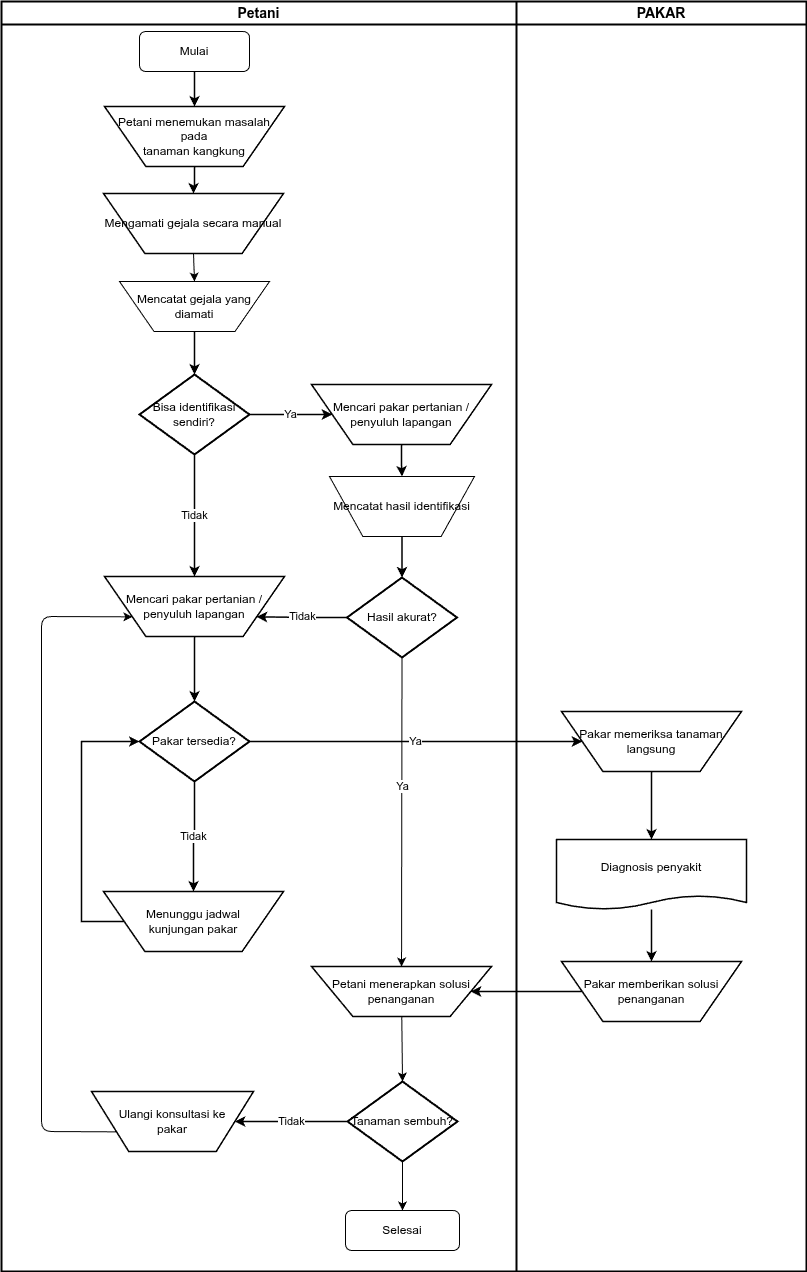
The draw.io diagram diagram/flowchart/05-flowchart-sistem-lama.png in RajaSunrise/kangkungku, before a commit. Source tidied: cells renumbered, new cells last; positions are measured from the earlier drawing's top-left corner, leaving out a move shared by most shapes. Its diagram source:
```xml
<mxGraphModel>
  <root>
    <mxCell id="0" />
    <mxCell id="1" parent="0" />
    <mxCell id="2" value="Petani" style="swimlane;whiteSpace=wrap;html=1;fillColor=none;strokeColor=#000000;strokeWidth=2;fontStyle=1;fontSize=14;fontColor=#000000;align=center;" parent="1" vertex="1">
      <mxGeometry width="515" height="1270" as="geometry" />
    </mxCell>
    <mxCell id="3" value="Petani menemukan masalah pada&#10;tanaman kangkung" style="verticalLabelPosition=middle;verticalAlign=middle;html=1;shape=trapezoid;perimeter=trapezoidPerimeter;whiteSpace=wrap;size=0.23;arcSize=10;flipV=1;labelPosition=center;align=center;fillColor=#FFFFFF;strokeColor=#000000;strokeWidth=1.5;fontColor=#000000;fontSize=12;" parent="2" vertex="1">
      <mxGeometry x="103" y="105" width="180" height="60" as="geometry" />
    </mxCell>
    <mxCell id="4" style="edgeStyle=none;html=1;exitX=0.5;exitY=1;exitDx=0;exitDy=0;entryX=0.5;entryY=0;entryDx=0;entryDy=0;" parent="2" edge="1" source="5" target="13">
      <mxGeometry relative="1" as="geometry" />
    </mxCell>
    <mxCell id="5" value="Mengamati gejala secara manual" style="verticalLabelPosition=middle;verticalAlign=middle;html=1;shape=trapezoid;perimeter=trapezoidPerimeter;whiteSpace=wrap;size=0.23;arcSize=10;flipV=1;labelPosition=center;align=center;fillColor=#FFFFFF;strokeColor=#000000;strokeWidth=1.5;fontColor=#000000;fontSize=12;" parent="2" vertex="1">
      <mxGeometry x="102" y="192" width="180" height="60" as="geometry" />
    </mxCell>
    <mxCell id="6" value="Bisa identifikasi sendiri?" style="strokeWidth=2;html=1;shape=mxgraph.flowchart.decision;whiteSpace=wrap;fillColor=#FFFFFF;strokeColor=#000000;fontColor=#000000;fontSize=12;" parent="2" vertex="1">
      <mxGeometry x="138" y="373" width="110" height="80" as="geometry" />
    </mxCell>
    <mxCell id="7" value="Mencari pakar pertanian /&#10;penyuluh lapangan" style="verticalLabelPosition=middle;verticalAlign=middle;html=1;shape=trapezoid;perimeter=trapezoidPerimeter;whiteSpace=wrap;size=0.23;arcSize=10;flipV=1;labelPosition=center;align=center;fillColor=#FFFFFF;strokeColor=#000000;strokeWidth=1.5;fontColor=#000000;fontSize=12;" parent="2" vertex="1">
      <mxGeometry x="103" y="575" width="180" height="60" as="geometry" />
    </mxCell>
    <mxCell id="8" value="Pakar tersedia?" style="strokeWidth=2;html=1;shape=mxgraph.flowchart.decision;whiteSpace=wrap;fillColor=#FFFFFF;strokeColor=#000000;fontColor=#000000;fontSize=12;" parent="2" vertex="1">
      <mxGeometry x="138" y="700" width="110" height="80" as="geometry" />
    </mxCell>
    <mxCell id="9" style="edgeStyle=none;html=1;entryX=0.5;entryY=0;entryDx=0;entryDy=0;entryPerimeter=0;" parent="2" edge="1" source="10" target="12">
      <mxGeometry relative="1" as="geometry" />
    </mxCell>
    <mxCell id="10" value="Petani menerapkan solusi&#10;penanganan" style="verticalLabelPosition=middle;verticalAlign=middle;html=1;shape=trapezoid;perimeter=trapezoidPerimeter;whiteSpace=wrap;size=0.23;arcSize=10;flipV=1;labelPosition=center;align=center;fillColor=#FFFFFF;strokeColor=#000000;strokeWidth=1.5;fontColor=#000000;fontSize=12;" parent="2" vertex="1">
      <mxGeometry x="310" y="965" width="180" height="50" as="geometry" />
    </mxCell>
    <mxCell id="11" style="edgeStyle=none;html=1;exitX=0.5;exitY=1;exitDx=0;exitDy=0;exitPerimeter=0;entryX=0.5;entryY=0;entryDx=0;entryDy=0;" parent="2" edge="1" source="12" target="30">
      <mxGeometry relative="1" as="geometry" />
    </mxCell>
    <mxCell id="12" value="Tanaman sembuh?" style="strokeWidth=2;html=1;shape=mxgraph.flowchart.decision;whiteSpace=wrap;fillColor=#FFFFFF;strokeColor=#000000;fontColor=#000000;fontSize=12;" parent="2" vertex="1">
      <mxGeometry x="346" y="1080" width="110" height="80" as="geometry" />
    </mxCell>
    <mxCell id="13" value="Mencatat gejala yang diamati" style="verticalLabelPosition=middle;verticalAlign=middle;html=1;shape=trapezoid;perimeter=trapezoidPerimeter;whiteSpace=wrap;size=0.23;arcSize=10;flipV=1;labelPosition=center;align=center;" parent="2" vertex="1">
      <mxGeometry x="118" y="280" width="150" height="50" as="geometry" />
    </mxCell>
    <mxCell id="14" value="Mulai" style="rounded=1;whiteSpace=wrap;html=1;" parent="2" vertex="1">
      <mxGeometry x="138" y="30" width="110" height="40" as="geometry" />
    </mxCell>
    <mxCell id="15" style="edgeStyle=orthogonalEdgeStyle;rounded=0;jettySize=auto;html=1;strokeColor=#000000;strokeWidth=1.5;fontColor=#000000;fontSize=11;labelBackgroundColor=#FFFFFF;" parent="2" edge="1" source="14" target="3">
      <mxGeometry relative="1" as="geometry" />
    </mxCell>
    <mxCell id="16" style="edgeStyle=orthogonalEdgeStyle;rounded=0;jettySize=auto;html=1;strokeColor=#000000;strokeWidth=1.5;fontColor=#000000;fontSize=11;labelBackgroundColor=#FFFFFF;exitX=0.5;exitY=1;exitDx=0;exitDy=0;" parent="2" edge="1" source="13" target="6">
      <mxGeometry relative="1" as="geometry" />
    </mxCell>
    <mxCell id="17" value="Mencari pakar pertanian /&#10;penyuluh lapangan" style="verticalLabelPosition=middle;verticalAlign=middle;html=1;shape=trapezoid;perimeter=trapezoidPerimeter;whiteSpace=wrap;size=0.23;arcSize=10;flipV=1;labelPosition=center;align=center;fillColor=#FFFFFF;strokeColor=#000000;strokeWidth=1.5;fontColor=#000000;fontSize=12;" parent="2" vertex="1">
      <mxGeometry x="310" y="383" width="180" height="60" as="geometry" />
    </mxCell>
    <mxCell id="18" value="Ya" style="edgeStyle=orthogonalEdgeStyle;rounded=0;jettySize=auto;html=1;strokeColor=#000000;strokeWidth=1.5;fontColor=#000000;fontSize=11;labelBackgroundColor=#FFFFFF;exitX=1;exitY=0.5;exitDx=0;exitDy=0;entryX=0;entryY=0.5;entryDx=0;entryDy=0;" parent="2" edge="1" source="6" target="17">
      <mxGeometry relative="1" as="geometry" />
    </mxCell>
    <mxCell id="19" style="edgeStyle=orthogonalEdgeStyle;rounded=0;jettySize=auto;html=1;strokeColor=#000000;strokeWidth=1.5;fontColor=#000000;fontSize=11;labelBackgroundColor=#FFFFFF;entryX=0.5;entryY=0;entryDx=0;entryDy=0;" parent="2" edge="1" source="17" target="20">
      <mxGeometry relative="1" as="geometry" />
    </mxCell>
    <mxCell id="20" value="Mencatat hasil identifikasi" style="verticalLabelPosition=middle;verticalAlign=middle;html=1;shape=trapezoid;perimeter=trapezoidPerimeter;whiteSpace=wrap;size=0.23;arcSize=10;flipV=1;labelPosition=center;align=center;" parent="2" vertex="1">
      <mxGeometry x="328" y="475" width="145" height="60" as="geometry" />
    </mxCell>
    <mxCell id="21" style="edgeStyle=none;html=1;exitX=0.5;exitY=1;exitDx=0;exitDy=0;exitPerimeter=0;" parent="2" edge="1" source="23" target="10">
      <mxGeometry relative="1" as="geometry" />
    </mxCell>
    <mxCell id="22" value="Ya" style="edgeLabel;html=1;align=center;verticalAlign=middle;" parent="21" vertex="1">
      <mxGeometry x="-0.17" relative="1" as="geometry" />
    </mxCell>
    <mxCell id="23" value="Hasil akurat?" style="strokeWidth=2;html=1;shape=mxgraph.flowchart.decision;whiteSpace=wrap;fillColor=#FFFFFF;strokeColor=#000000;fontColor=#000000;fontSize=12;" parent="2" vertex="1">
      <mxGeometry x="345.5" y="576" width="110" height="80" as="geometry" />
    </mxCell>
    <mxCell id="24" value="Tidak" style="edgeStyle=orthogonalEdgeStyle;rounded=0;jettySize=auto;html=1;strokeColor=#000000;strokeWidth=1.5;fontColor=#000000;fontSize=11;labelBackgroundColor=#FFFFFF;exitX=0;exitY=0.5;exitDx=0;exitDy=0;entryX=1;entryY=0.75;entryDx=0;entryDy=0;" parent="2" edge="1" source="23" target="7">
      <mxGeometry relative="1" as="geometry" />
    </mxCell>
    <mxCell id="25" style="edgeStyle=orthogonalEdgeStyle;rounded=0;jettySize=auto;html=1;strokeColor=#000000;strokeWidth=1.5;fontColor=#000000;fontSize=11;labelBackgroundColor=#FFFFFF;exitX=0.5;exitY=1;exitDx=0;exitDy=0;" parent="2" edge="1" source="20" target="23">
      <mxGeometry relative="1" as="geometry" />
    </mxCell>
    <mxCell id="26" value="Ulangi konsultasi ke&#10;pakar" style="verticalLabelPosition=middle;verticalAlign=middle;html=1;shape=trapezoid;perimeter=trapezoidPerimeter;whiteSpace=wrap;size=0.23;arcSize=10;flipV=1;labelPosition=center;align=center;fillColor=#FFFFFF;strokeColor=#000000;strokeWidth=1.5;fontColor=#000000;fontSize=12;" parent="2" vertex="1">
      <mxGeometry x="90" y="1090" width="162" height="60" as="geometry" />
    </mxCell>
    <mxCell id="27" value="Tidak" style="edgeStyle=orthogonalEdgeStyle;rounded=0;jettySize=auto;html=1;strokeColor=#000000;strokeWidth=1.5;fontColor=#000000;fontSize=11;labelBackgroundColor=#FFFFFF;exitX=0;exitY=0.5;exitDx=0;exitDy=0;entryX=1;entryY=0.5;entryDx=0;entryDy=0;" parent="2" edge="1" source="12" target="26">
      <mxGeometry relative="1" as="geometry" />
    </mxCell>
    <mxCell id="28" value="Menunggu jadwal&#10;kunjungan pakar" style="verticalLabelPosition=middle;verticalAlign=middle;html=1;shape=trapezoid;perimeter=trapezoidPerimeter;whiteSpace=wrap;size=0.23;arcSize=10;flipV=1;labelPosition=center;align=center;fillColor=#FFFFFF;strokeColor=#000000;strokeWidth=1.5;fontColor=#000000;fontSize=12;" parent="2" vertex="1">
      <mxGeometry x="102" y="890" width="180" height="60" as="geometry" />
    </mxCell>
    <mxCell id="29" style="endArrow=classic;html=1;exitX=0;exitY=0.75;exitDx=0;exitDy=0;entryX=0;entryY=0.75;entryDx=0;entryDy=0;" parent="2" edge="1" source="26" target="7">
      <mxGeometry relative="1" as="geometry">
        <Array as="points">
          <mxPoint x="40" y="1130" />
          <mxPoint x="40" y="615" />
        </Array>
      </mxGeometry>
    </mxCell>
    <mxCell id="30" value="Selesai" style="rounded=1;whiteSpace=wrap;html=1;" parent="2" vertex="1">
      <mxGeometry x="344" y="1209" width="114" height="40" as="geometry" />
    </mxCell>
    <mxCell id="31" value="PAKAR" style="swimlane;whiteSpace=wrap;html=1;fillColor=none;strokeColor=#000000;strokeWidth=2;fontStyle=1;fontSize=14;fontColor=#000000;align=center;" parent="1" vertex="1">
      <mxGeometry x="515" width="290" height="1270" as="geometry" />
    </mxCell>
    <mxCell id="32" value="Pakar memeriksa tanaman&#10;langsung" style="verticalLabelPosition=middle;verticalAlign=middle;html=1;shape=trapezoid;perimeter=trapezoidPerimeter;whiteSpace=wrap;size=0.23;arcSize=10;flipV=1;labelPosition=center;align=center;fillColor=#FFFFFF;strokeColor=#000000;strokeWidth=1.5;fontColor=#000000;fontSize=12;" parent="31" vertex="1">
      <mxGeometry x="45" y="710" width="180" height="60" as="geometry" />
    </mxCell>
    <mxCell id="33" value="Diagnosis penyakit" style="shape=document;whiteSpace=wrap;html=1;boundedLbl=1;backgroundOutline=1;fillColor=#FFFFFF;strokeColor=#000000;strokeWidth=1.5;fontColor=#000000;fontSize=12;size=0.2;" parent="31" vertex="1">
      <mxGeometry x="40" y="838" width="190" height="70" as="geometry" />
    </mxCell>
    <mxCell id="34" value="Pakar memberikan solusi&#10;penanganan" style="verticalLabelPosition=middle;verticalAlign=middle;html=1;shape=trapezoid;perimeter=trapezoidPerimeter;whiteSpace=wrap;size=0.23;arcSize=10;flipV=1;labelPosition=center;align=center;fillColor=#FFFFFF;strokeColor=#000000;strokeWidth=1.5;fontColor=#000000;fontSize=12;" parent="31" vertex="1">
      <mxGeometry x="45" y="960" width="180" height="60" as="geometry" />
    </mxCell>
    <mxCell id="35" style="edgeStyle=orthogonalEdgeStyle;rounded=0;jettySize=auto;html=1;strokeColor=#000000;strokeWidth=1.5;fontColor=#000000;fontSize=11;labelBackgroundColor=#FFFFFF;" parent="1" edge="1" source="3" target="5">
      <mxGeometry relative="1" as="geometry" />
    </mxCell>
    <mxCell id="36" value="Tidak" style="edgeStyle=orthogonalEdgeStyle;rounded=0;jettySize=auto;html=1;strokeColor=#000000;strokeWidth=1.5;fontColor=#000000;fontSize=11;labelBackgroundColor=#FFFFFF;exitX=0.5;exitY=1;exitDx=0;exitDy=0;entryX=0.5;entryY=0;entryDx=0;entryDy=0;" parent="1" edge="1" source="6" target="7">
      <mxGeometry relative="1" as="geometry" />
    </mxCell>
    <mxCell id="37" style="edgeStyle=orthogonalEdgeStyle;rounded=0;jettySize=auto;html=1;strokeColor=#000000;strokeWidth=1.5;fontColor=#000000;fontSize=11;labelBackgroundColor=#FFFFFF;" parent="1" edge="1" source="7" target="8">
      <mxGeometry relative="1" as="geometry" />
    </mxCell>
    <mxCell id="38" value="Tidak" style="edgeStyle=orthogonalEdgeStyle;rounded=0;jettySize=auto;html=1;strokeColor=#000000;strokeWidth=1.5;fontColor=#000000;fontSize=11;labelBackgroundColor=#FFFFFF;exitX=0.5;exitY=1;exitDx=0;exitDy=0;entryX=0.5;entryY=0;entryDx=0;entryDy=0;" parent="1" edge="1" source="8" target="28">
      <mxGeometry relative="1" as="geometry" />
    </mxCell>
    <mxCell id="39" style="edgeStyle=orthogonalEdgeStyle;rounded=0;jettySize=auto;html=1;strokeColor=#000000;strokeWidth=1.5;fontColor=#000000;fontSize=11;labelBackgroundColor=#FFFFFF;exitX=0;exitY=0.5;exitDx=0;exitDy=0;entryX=0;entryY=0.5;entryDx=0;entryDy=0;" parent="1" edge="1" source="28" target="8">
      <mxGeometry relative="1" as="geometry">
        <Array as="points">
          <mxPoint x="80" y="920" />
          <mxPoint x="80" y="740" />
        </Array>
      </mxGeometry>
    </mxCell>
    <mxCell id="40" value="Ya" style="edgeStyle=orthogonalEdgeStyle;rounded=0;jettySize=auto;html=1;strokeColor=#000000;strokeWidth=1.5;fontColor=#000000;fontSize=11;labelBackgroundColor=#FFFFFF;exitX=1;exitY=0.5;exitDx=0;exitDy=0;entryX=0;entryY=0.5;entryDx=0;entryDy=0;" parent="1" edge="1" source="8" target="32">
      <mxGeometry relative="1" as="geometry" />
    </mxCell>
    <mxCell id="41" style="edgeStyle=orthogonalEdgeStyle;rounded=0;jettySize=auto;html=1;strokeColor=#000000;strokeWidth=1.5;fontColor=#000000;fontSize=11;labelBackgroundColor=#FFFFFF;" parent="1" edge="1" source="32" target="33">
      <mxGeometry relative="1" as="geometry" />
    </mxCell>
    <mxCell id="42" style="edgeStyle=orthogonalEdgeStyle;rounded=0;jettySize=auto;html=1;strokeColor=#000000;strokeWidth=1.5;fontColor=#000000;fontSize=11;labelBackgroundColor=#FFFFFF;" parent="1" edge="1" source="33" target="34">
      <mxGeometry relative="1" as="geometry" />
    </mxCell>
    <mxCell id="43" style="edgeStyle=orthogonalEdgeStyle;rounded=0;jettySize=auto;html=1;strokeColor=#000000;strokeWidth=1.5;fontColor=#000000;fontSize=11;labelBackgroundColor=#FFFFFF;exitX=0;exitY=0.5;exitDx=0;exitDy=0;entryX=1;entryY=0.5;entryDx=0;entryDy=0;" parent="1" edge="1" source="34" target="10">
      <mxGeometry relative="1" as="geometry" />
    </mxCell>
  </root>
</mxGraphModel>
```
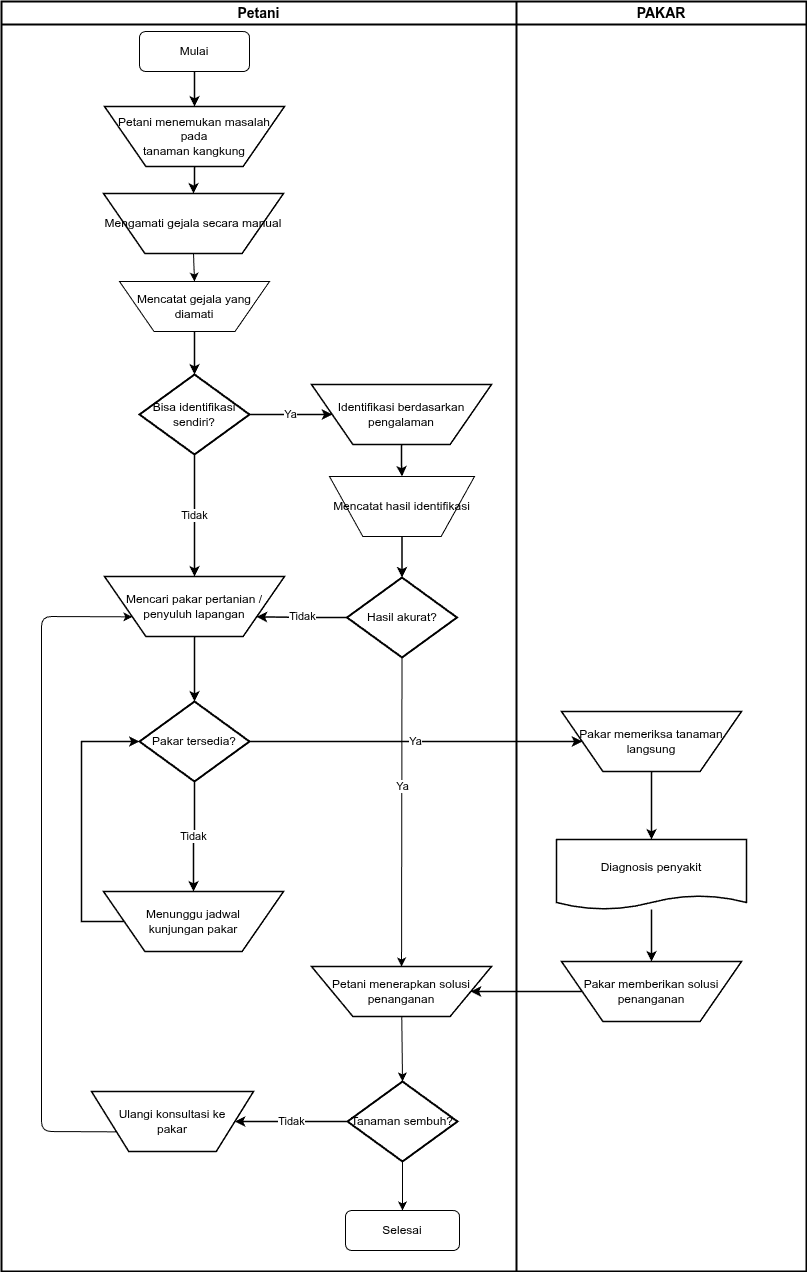
Later version of the same file.

What changed in the source:
```diff
@@ -47,7 +47,7 @@
     <mxCell id="16" style="edgeStyle=orthogonalEdgeStyle;rounded=0;jettySize=auto;html=1;strokeColor=#000000;strokeWidth=1.5;fontColor=#000000;fontSize=11;labelBackgroundColor=#FFFFFF;exitX=0.5;exitY=1;exitDx=0;exitDy=0;" parent="2" edge="1" source="13" target="6">
       <mxGeometry relative="1" as="geometry" />
     </mxCell>
-    <mxCell id="17" value="Mencari pakar pertanian /&#10;penyuluh lapangan" style="verticalLabelPosition=middle;verticalAlign=middle;html=1;shape=trapezoid;perimeter=trapezoidPerimeter;whiteSpace=wrap;size=0.23;arcSize=10;flipV=1;labelPosition=center;align=center;fillColor=#FFFFFF;strokeColor=#000000;strokeWidth=1.5;fontColor=#000000;fontSize=12;" parent="2" vertex="1">
+    <mxCell id="17" value="&lt;span style=&quot;text-align: start; font-family: Arial;&quot;&gt;Identifikasi berdasarkan pengalaman&lt;/span&gt;" style="verticalLabelPosition=middle;verticalAlign=middle;html=1;shape=trapezoid;perimeter=trapezoidPerimeter;whiteSpace=wrap;size=0.23;arcSize=10;flipV=1;labelPosition=center;align=center;fillColor=#FFFFFF;strokeColor=#000000;strokeWidth=1.5;fontColor=#000000;fontSize=12;" parent="2" vertex="1">
       <mxGeometry x="310" y="383" width="180" height="60" as="geometry" />
     </mxCell>
     <mxCell id="18" value="Ya" style="edgeStyle=orthogonalEdgeStyle;rounded=0;jettySize=auto;html=1;strokeColor=#000000;strokeWidth=1.5;fontColor=#000000;fontSize=11;labelBackgroundColor=#FFFFFF;exitX=1;exitY=0.5;exitDx=0;exitDy=0;entryX=0;entryY=0.5;entryDx=0;entryDy=0;" parent="2" edge="1" source="6" target="17">
```
